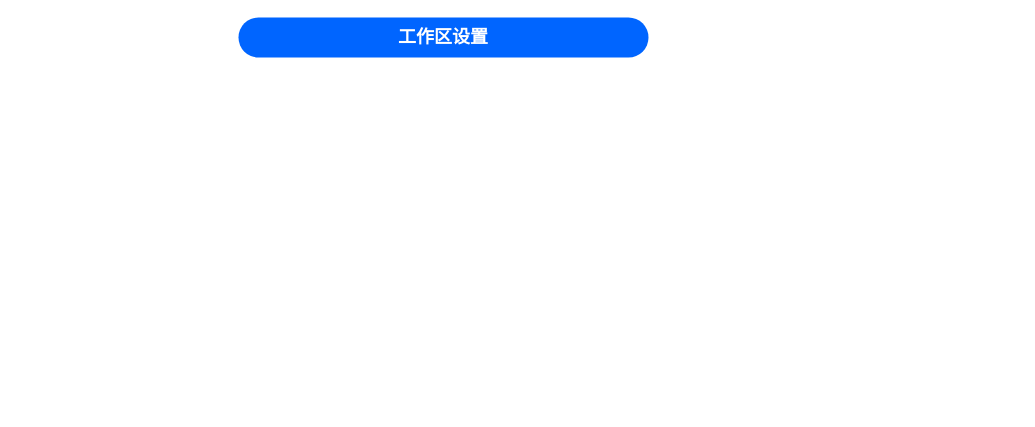
chonglv/charts keeps this draw.io diagram as layout-editor/语言总览.drawio. Above is the earlier version. Source tidied: cells renumbered, new cells numbered last; positions are measured from the earlier drawing's top-left corner, leaving out a move shared by most shapes. Both pictures are drawn from the tidied source at 100%, with x=0, y=0 at pixel (238, 17).
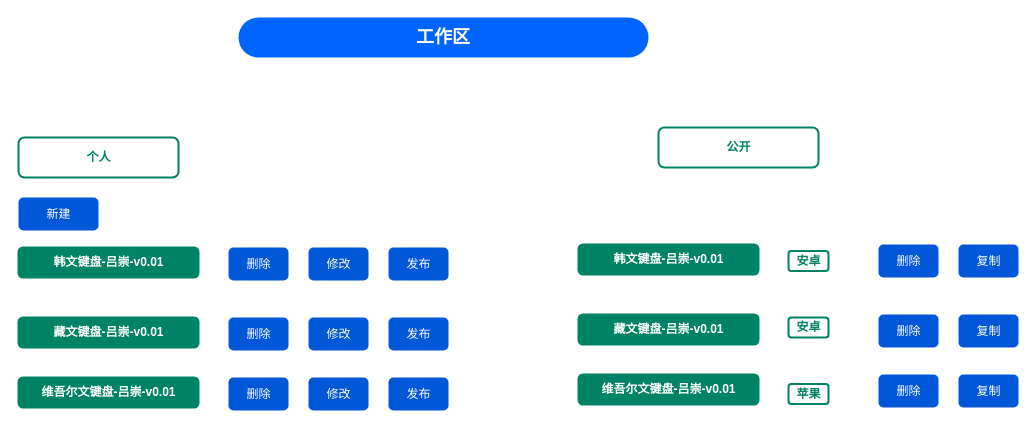
After the change.

Commit message (it also covers changes not shown here):
更新语言总览.drawio

Diff of the diagram source:
```diff
@@
-    <mxCell id="2" value="工作区设置" style="rounded=1;fillColor=#0065FF;strokeColor=none;html=1;fontColor=#ffffff;align=center;verticalAlign=middle;whiteSpace=wrap;fontSize=18;fontStyle=1;arcSize=50;" parent="1" vertex="1">
+    <mxCell id="2" value="工作区" style="rounded=1;fillColor=#0065FF;strokeColor=none;html=1;fontColor=#ffffff;align=center;verticalAlign=middle;whiteSpace=wrap;fontSize=18;fontStyle=1;arcSize=50;" parent="1" vertex="1">
       <mxGeometry width="410" height="40" as="geometry" />
     </mxCell>
+    <mxCell id="3" value="个人" style="dashed=0;html=1;rounded=1;strokeColor=#008364;fontSize=12;align=center;fontStyle=1;strokeWidth=2;fontColor=#008364;" parent="1" vertex="1">
+      <mxGeometry x="-220" y="120" width="160" height="40" as="geometry" />
+    </mxCell>
+    <mxCell id="4" value="公开" style="dashed=0;html=1;rounded=1;strokeColor=#008364;fontSize=12;align=center;fontStyle=1;strokeWidth=2;fontColor=#008364;" parent="1" vertex="1">
+      <mxGeometry x="420" y="110" width="160" height="40" as="geometry" />
+    </mxCell>
+    <mxCell id="5" value="韩文键盘-吕崇-v0.01" style="dashed=0;html=1;rounded=1;fillColor=#008364;strokeColor=#008364;fontSize=12;align=center;fontStyle=1;strokeWidth=2;fontColor=#ffffff;" parent="1" vertex="1">
+      <mxGeometry x="-220" y="230" width="180" height="30" as="geometry" />
+    </mxCell>
+    <mxCell id="6" value="删除" style="rounded=1;fillColor=#0057D8;align=center;strokeColor=none;html=1;fontColor=#ffffff;fontSize=12;" parent="1" vertex="1">
+      <mxGeometry x="-10" y="230" width="60" height="33" as="geometry" />
+    </mxCell>
+    <mxCell id="7" value="修改" style="rounded=1;fillColor=#0057D8;align=center;strokeColor=none;html=1;fontColor=#ffffff;fontSize=12;" parent="1" vertex="1">
+      <mxGeometry x="70" y="230" width="60" height="33" as="geometry" />
+    </mxCell>
+    <mxCell id="8" value="发布" style="rounded=1;fillColor=#0057D8;align=center;strokeColor=none;html=1;fontColor=#ffffff;fontSize=12;" parent="1" vertex="1">
+      <mxGeometry x="150" y="230" width="60" height="33" as="geometry" />
+    </mxCell>
+    <mxCell id="9" value="藏文键盘-吕崇-v0.01" style="dashed=0;html=1;rounded=1;fillColor=#008364;strokeColor=#008364;fontSize=12;align=center;fontStyle=1;strokeWidth=2;fontColor=#ffffff;" parent="1" vertex="1">
+      <mxGeometry x="-220" y="300" width="180" height="30" as="geometry" />
+    </mxCell>
+    <mxCell id="10" value="删除" style="rounded=1;fillColor=#0057D8;align=center;strokeColor=none;html=1;fontColor=#ffffff;fontSize=12;" parent="1" vertex="1">
+      <mxGeometry x="-10" y="300" width="60" height="33" as="geometry" />
+    </mxCell>
+    <mxCell id="11" value="修改" style="rounded=1;fillColor=#0057D8;align=center;strokeColor=none;html=1;fontColor=#ffffff;fontSize=12;" parent="1" vertex="1">
+      <mxGeometry x="70" y="300" width="60" height="33" as="geometry" />
+    </mxCell>
+    <mxCell id="12" value="发布" style="rounded=1;fillColor=#0057D8;align=center;strokeColor=none;html=1;fontColor=#ffffff;fontSize=12;" parent="1" vertex="1">
+      <mxGeometry x="150" y="300" width="60" height="33" as="geometry" />
+    </mxCell>
+    <mxCell id="13" value="维吾尔文键盘-吕崇-v0.01" style="dashed=0;html=1;rounded=1;fillColor=#008364;strokeColor=#008364;fontSize=12;align=center;fontStyle=1;strokeWidth=2;fontColor=#ffffff;" parent="1" vertex="1">
+      <mxGeometry x="-220" y="360" width="180" height="30" as="geometry" />
+    </mxCell>
+    <mxCell id="14" value="删除" style="rounded=1;fillColor=#0057D8;align=center;strokeColor=none;html=1;fontColor=#ffffff;fontSize=12;" parent="1" vertex="1">
+      <mxGeometry x="-10" y="360" width="60" height="33" as="geometry" />
+    </mxCell>
+    <mxCell id="15" value="修改" style="rounded=1;fillColor=#0057D8;align=center;strokeColor=none;html=1;fontColor=#ffffff;fontSize=12;" parent="1" vertex="1">
+      <mxGeometry x="70" y="360" width="60" height="33" as="geometry" />
+    </mxCell>
+    <mxCell id="16" value="发布" style="rounded=1;fillColor=#0057D8;align=center;strokeColor=none;html=1;fontColor=#ffffff;fontSize=12;" parent="1" vertex="1">
+      <mxGeometry x="150" y="360" width="60" height="33" as="geometry" />
+    </mxCell>
+    <mxCell id="17" value="韩文键盘-吕崇-v0.01" style="dashed=0;html=1;rounded=1;fillColor=#008364;strokeColor=#008364;fontSize=12;align=center;fontStyle=1;strokeWidth=2;fontColor=#ffffff;" parent="1" vertex="1">
+      <mxGeometry x="340" y="227" width="180" height="30" as="geometry" />
+    </mxCell>
+    <mxCell id="18" value="删除" style="rounded=1;fillColor=#0057D8;align=center;strokeColor=none;html=1;fontColor=#ffffff;fontSize=12;" parent="1" vertex="1">
+      <mxGeometry x="640" y="227" width="60" height="33" as="geometry" />
+    </mxCell>
+    <mxCell id="19" value="复制" style="rounded=1;fillColor=#0057D8;align=center;strokeColor=none;html=1;fontColor=#ffffff;fontSize=12;" parent="1" vertex="1">
+      <mxGeometry x="720" y="227" width="60" height="33" as="geometry" />
+    </mxCell>
+    <mxCell id="20" value="藏文键盘-吕崇-v0.01" style="dashed=0;html=1;rounded=1;fillColor=#008364;strokeColor=#008364;fontSize=12;align=center;fontStyle=1;strokeWidth=2;fontColor=#ffffff;" parent="1" vertex="1">
+      <mxGeometry x="340" y="297" width="180" height="30" as="geometry" />
+    </mxCell>
+    <mxCell id="21" value="删除" style="rounded=1;fillColor=#0057D8;align=center;strokeColor=none;html=1;fontColor=#ffffff;fontSize=12;" parent="1" vertex="1">
+      <mxGeometry x="640" y="297" width="60" height="33" as="geometry" />
+    </mxCell>
+    <mxCell id="22" value="复制" style="rounded=1;fillColor=#0057D8;align=center;strokeColor=none;html=1;fontColor=#ffffff;fontSize=12;" parent="1" vertex="1">
+      <mxGeometry x="720" y="297" width="60" height="33" as="geometry" />
+    </mxCell>
+    <mxCell id="23" value="维吾尔文键盘-吕崇-v0.01" style="dashed=0;html=1;rounded=1;fillColor=#008364;strokeColor=#008364;fontSize=12;align=center;fontStyle=1;strokeWidth=2;fontColor=#ffffff;" parent="1" vertex="1">
+      <mxGeometry x="340" y="357" width="180" height="30" as="geometry" />
+    </mxCell>
+    <mxCell id="24" value="删除" style="rounded=1;fillColor=#0057D8;align=center;strokeColor=none;html=1;fontColor=#ffffff;fontSize=12;" parent="1" vertex="1">
+      <mxGeometry x="640" y="357" width="60" height="33" as="geometry" />
+    </mxCell>
+    <mxCell id="25" value="复制" style="rounded=1;fillColor=#0057D8;align=center;strokeColor=none;html=1;fontColor=#ffffff;fontSize=12;" parent="1" vertex="1">
+      <mxGeometry x="720" y="357" width="60" height="33" as="geometry" />
+    </mxCell>
+    <mxCell id="26" value="安卓" style="dashed=0;html=1;rounded=1;strokeColor=#008364;fontSize=12;align=center;fontStyle=1;strokeWidth=2;fontColor=#008364;" parent="1" vertex="1">
+      <mxGeometry x="550" y="233.5" width="40" height="20" as="geometry" />
+    </mxCell>
+    <mxCell id="27" value="安卓" style="dashed=0;html=1;rounded=1;strokeColor=#008364;fontSize=12;align=center;fontStyle=1;strokeWidth=2;fontColor=#008364;" parent="1" vertex="1">
+      <mxGeometry x="550" y="300" width="40" height="20" as="geometry" />
+    </mxCell>
+    <mxCell id="28" value="苹果" style="dashed=0;html=1;rounded=1;strokeColor=#008364;fontSize=12;align=center;fontStyle=1;strokeWidth=2;fontColor=#008364;" parent="1" vertex="1">
+      <mxGeometry x="550" y="366.5" width="40" height="20" as="geometry" />
+    </mxCell>
+    <mxCell id="29" value="新建" style="rounded=1;fillColor=#0057D8;align=center;strokeColor=none;html=1;fontColor=#ffffff;fontSize=12;" parent="1" vertex="1">
+      <mxGeometry x="-220" y="180" width="80" height="33" as="geometry" />
+    </mxCell>
```
